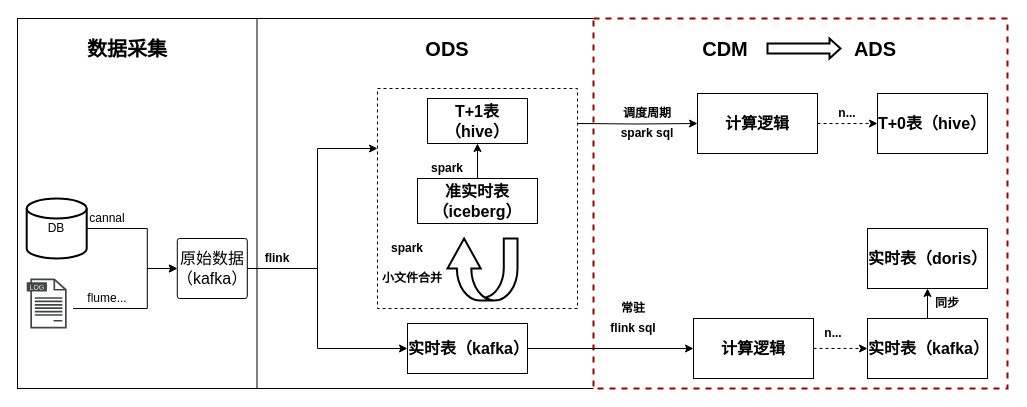
Earlier version of the draw.io diagram mt流批一体.drawio (mineminemine123/work-wiki). Source tidied: cells renumbered, new cells numbered last; positions are measured from the earlier drawing's top-left corner, leaving out a move shared by most shapes. Both pictures are drawn from the tidied source at 100%, with x=0, y=0 at pixel (17, 18).
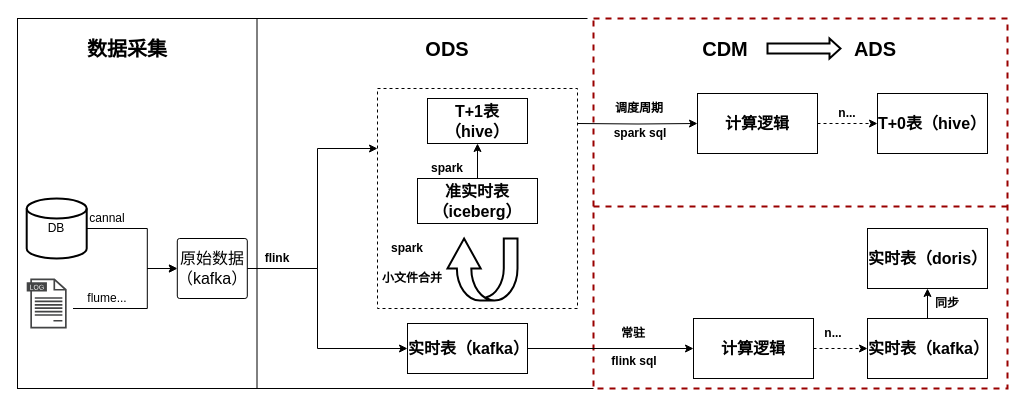
After the change.

Commit message:
更新mt流批一体.drawio

Unchanged cells that the change refers to:
```xml
<mxCell id="3" style="rounded=0;whiteSpace=wrap;html=1;fillColor=default;strokeColor=#990000;strokeWidth=2;dashed=1;fontFamily=微软雅黑;" parent="1" vertex="1">
  <mxGeometry x="576" width="414" height="370" as="geometry" />
</mxCell>
<mxCell id="19" value="&lt;span style=&quot;font-size: 16px;&quot;&gt;计算逻辑&lt;/span&gt;" style="rounded=0;whiteSpace=wrap;html=1;fontStyle=1;fontFamily=微软雅黑;" parent="1" vertex="1">
  <mxGeometry x="676" y="300" width="120" height="60" as="geometry" />
</mxCell>
<mxCell id="23" value="&lt;span style=&quot;font-size: 16px;&quot;&gt;实时表（kafka）&lt;/span&gt;" style="rounded=0;whiteSpace=wrap;html=1;fontStyle=1;fontFamily=微软雅黑;" parent="1" vertex="1">
  <mxGeometry x="850" y="300" width="120" height="60" as="geometry" />
</mxCell>
<mxCell id="31" value="&lt;span style=&quot;font-size: 16px;&quot;&gt;实时表（doris）&lt;/span&gt;" style="rounded=0;whiteSpace=wrap;html=1;fontStyle=1;fontFamily=微软雅黑;" parent="1" vertex="1">
  <mxGeometry x="850" y="210" width="120" height="60" as="geometry" />
</mxCell>
<mxCell id="39" value="&lt;span style=&quot;font-size: 16px;&quot;&gt;准实时表（iceberg）&lt;/span&gt;" style="rounded=0;whiteSpace=wrap;html=1;fontStyle=1;fontFamily=微软雅黑;" parent="1" vertex="1">
  <mxGeometry x="400" y="160" width="120" height="45" as="geometry" />
</mxCell>
<mxCell id="45" value="&lt;span style=&quot;font-size: 16px;&quot;&gt;实时表（kafka）&lt;/span&gt;" style="rounded=0;whiteSpace=wrap;html=1;fontStyle=1;fontFamily=微软雅黑;" parent="1" vertex="1">
  <mxGeometry x="390" y="305" width="120" height="50" as="geometry" />
</mxCell>
<mxCell id="46" value="&lt;span style=&quot;font-size: 16px;&quot;&gt;T+1表（hive）&lt;/span&gt;" style="rounded=0;whiteSpace=wrap;html=1;fontStyle=1;fontFamily=微软雅黑;" parent="1" vertex="1">
  <mxGeometry x="410" y="80" width="100" height="45" as="geometry" />
</mxCell>
```

The edit, as a diff of the source:
```diff
@@
     <mxCell id="16" value="&lt;b&gt;调度周期&lt;/b&gt;" style="text;html=1;strokeColor=none;fillColor=none;align=center;verticalAlign=middle;whiteSpace=wrap;rounded=0;fontFamily=微软雅黑;" parent="1" vertex="1">
-      <mxGeometry x="600" y="85" width="60" height="20" as="geometry" />
+      <mxGeometry x="592" y="80" width="60" height="20" as="geometry" />
     </mxCell>
@@
     <mxCell id="20" value="&lt;b&gt;常驻&lt;/b&gt;" style="text;html=1;strokeColor=none;fillColor=none;align=center;verticalAlign=middle;whiteSpace=wrap;rounded=0;fontFamily=微软雅黑;" parent="1" vertex="1">
-      <mxGeometry x="576" y="280" width="80" height="20" as="geometry" />
+      <mxGeometry x="576" y="305" width="80" height="20" as="geometry" />
     </mxCell>
@@
-    <mxCell id="22" style="edgeStyle=orthogonalEdgeStyle;rounded=0;jettySize=auto;html=1;exitX=0.5;exitY=0;exitDx=0;exitDy=0;entryX=0.5;entryY=1;entryDx=0;entryDy=0;" parent="1" edge="1" source="23" target="31">
+    <mxCell id="22" style="edgeStyle=orthogonalEdgeStyle;rounded=0;jettySize=auto;html=1;exitX=0.5;exitY=0;exitDx=0;exitDy=0;entryX=0.5;entryY=1;entryDx=0;entryDy=0;fontFamily=微软雅黑;" parent="1" edge="1" source="23" target="31">
       <mxGeometry relative="1" as="geometry" />
     </mxCell>
@@
     <mxCell id="30" value="&lt;b&gt;flink sql&lt;/b&gt;" style="text;html=1;strokeColor=none;fillColor=none;align=center;verticalAlign=middle;whiteSpace=wrap;rounded=0;fontFamily=微软雅黑;" parent="1" vertex="1">
-      <mxGeometry x="591" y="300" width="50" height="20" as="geometry" />
+      <mxGeometry x="592" y="333" width="50" height="20" as="geometry" />
     </mxCell>
@@
     <mxCell id="32" value="&lt;b&gt;spark sql&lt;/b&gt;" style="text;html=1;strokeColor=none;fillColor=none;align=center;verticalAlign=middle;whiteSpace=wrap;rounded=0;fontFamily=微软雅黑;" parent="1" vertex="1">
-      <mxGeometry x="590" y="105" width="80" height="20" as="geometry" />
+      <mxGeometry x="583" y="105" width="80" height="20" as="geometry" />
     </mxCell>
@@
-    <mxCell id="35" style="endArrow=none;html=1;rounded=0;sketch=0;strokeColor=#000000;strokeWidth=1;fontFamily=微软雅黑;fontSize=14;exitX=1;exitY=1;exitDx=0;exitDy=0;entryX=0;entryY=0;entryDx=0;entryDy=0;" parent="1" edge="1" target="3">
+    <mxCell id="35" style="endArrow=none;html=1;rounded=0;sketch=0;strokeColor=#000000;strokeWidth=1;fontFamily=微软雅黑;fontSize=14;exitX=1;exitY=1;exitDx=0;exitDy=0;" parent="1" edge="1">
       <mxGeometry relative="1" as="geometry">
         <mxPoint x="239.5" as="sourcePoint" />
+        <mxPoint x="570" as="targetPoint" />
       </mxGeometry>
     </mxCell>
@@
-    <mxCell id="38" style="edgeStyle=orthogonalEdgeStyle;rounded=0;jettySize=auto;html=1;exitX=0.5;exitY=0;exitDx=0;exitDy=0;" parent="1" edge="1" source="39" target="46">
+    <mxCell id="38" style="edgeStyle=orthogonalEdgeStyle;rounded=0;jettySize=auto;html=1;exitX=0.5;exitY=0;exitDx=0;exitDy=0;fontFamily=微软雅黑;" parent="1" edge="1" source="39" target="46">
       <mxGeometry relative="1" as="geometry" />
     </mxCell>
@@
-    <mxCell id="44" style="edgeStyle=orthogonalEdgeStyle;rounded=0;jettySize=auto;html=1;exitX=1;exitY=0.5;exitDx=0;exitDy=0;entryX=0;entryY=0.5;entryDx=0;entryDy=0;" parent="1" edge="1" source="45" target="19">
+    <mxCell id="44" style="edgeStyle=orthogonalEdgeStyle;rounded=0;jettySize=auto;html=1;exitX=1;exitY=0.5;exitDx=0;exitDy=0;entryX=0;entryY=0.5;entryDx=0;entryDy=0;fontFamily=微软雅黑;" parent="1" edge="1" source="45" target="19">
       <mxGeometry relative="1" as="geometry" />
     </mxCell>
@@
+    <mxCell id="47" style="endArrow=none;html=1;rounded=0;entryX=1;entryY=0.5;entryDx=0;entryDy=0;exitX=0;exitY=0.5;exitDx=0;exitDy=0;strokeWidth=2;strokeColor=#990000;dashed=1;fontFamily=微软雅黑;" parent="1" edge="1">
+      <mxGeometry relative="1" as="geometry">
+        <mxPoint x="576" y="188" as="sourcePoint" />
+        <mxPoint x="990" y="188" as="targetPoint" />
+      </mxGeometry>
+    </mxCell>
```
